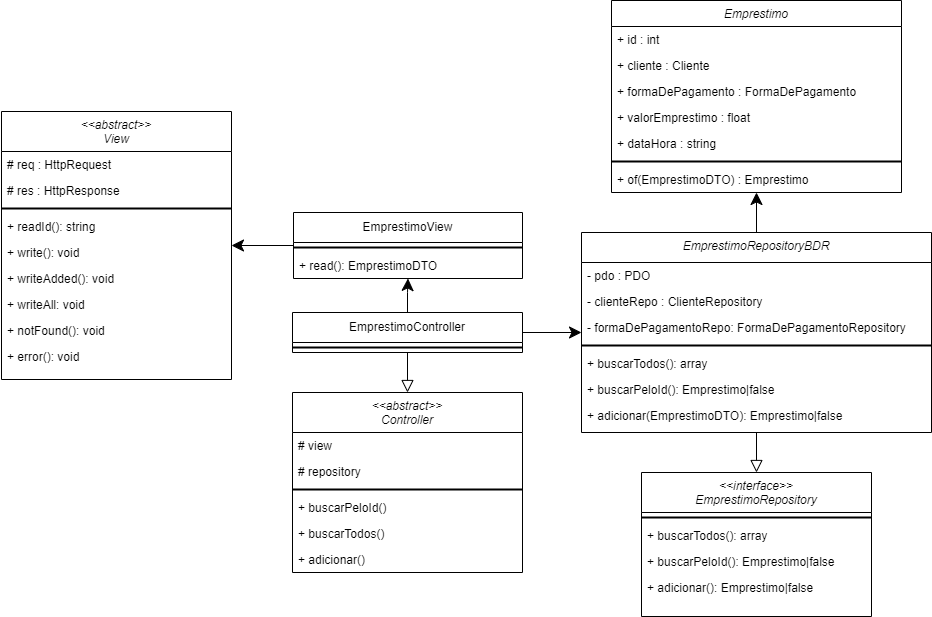
Earlier version of the draw.io export Diagramas/modelo_principal_funcionalidade.drawio.png (Raulzito311/AcmeSF). Source tidied: cells renumbered, new cells last; positions are measured from the earlier drawing's top-left corner, leaving out a move shared by most shapes.
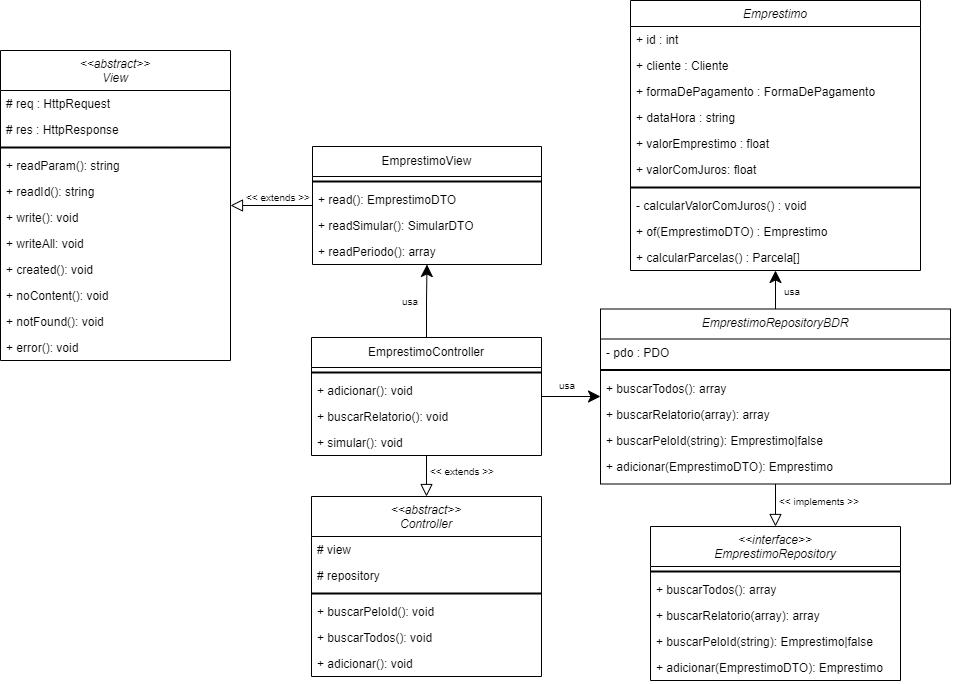
The same file after the commit.

What changed in the source:
```diff
@@ -3,7 +3,7 @@
     <mxCell id="0" />
     <mxCell id="1" parent="0" />
     <mxCell id="2" value="Emprestimo" style="swimlane;fontStyle=2;align=center;verticalAlign=top;horizontal=1;startSize=26;rounded=0;shadow=0;strokeWidth=1;" parent="1" vertex="1">
-      <mxGeometry x="610" width="290" height="192" as="geometry" />
+      <mxGeometry x="610" y="-64" width="290" height="270" as="geometry" />
     </mxCell>
     <mxCell id="3" value="+ id : int" style="text;align=left;verticalAlign=top;spacingLeft=4;spacingRight=4;overflow=hidden;" parent="2" vertex="1">
       <mxGeometry y="26" width="290" height="26" as="geometry" />
@@ -14,18 +14,27 @@
     <mxCell id="5" value="+ formaDePagamento : FormaDePagamento" style="text;align=left;verticalAlign=top;spacingLeft=4;spacingRight=4;overflow=hidden;rounded=0;shadow=0;html=0;" parent="2" vertex="1">
       <mxGeometry y="78" width="290" height="26" as="geometry" />
     </mxCell>
+    <mxCell id="7" value="+ dataHora : string" style="text;align=left;verticalAlign=top;spacingLeft=4;spacingRight=4;overflow=hidden;" parent="2" vertex="1">
+      <mxGeometry y="104" width="290" height="26" as="geometry" />
+    </mxCell>
     <mxCell id="6" value="+ valorEmprestimo : float&#10;" style="text;align=left;verticalAlign=top;spacingLeft=4;spacingRight=4;overflow=hidden;" parent="2" vertex="1">
-      <mxGeometry y="104" width="290" height="26" as="geometry" />
+      <mxGeometry y="130" width="290" height="26" as="geometry" />
     </mxCell>
-    <mxCell id="7" value="+ dataHora : string" style="text;align=left;verticalAlign=top;spacingLeft=4;spacingRight=4;overflow=hidden;" parent="2" vertex="1">
-      <mxGeometry y="130" width="290" height="26" as="geometry" />
-    </mxCell>
+    <mxCell id="51" value="+ valorComJuros: float&#10;" style="text;align=left;verticalAlign=top;spacingLeft=4;spacingRight=4;overflow=hidden;" parent="2" vertex="1">
+      <mxGeometry y="156" width="290" height="26" as="geometry" />
+    </mxCell>
     <mxCell id="8" style="line;strokeWidth=2;html=1;" parent="2" vertex="1">
-      <mxGeometry y="156" width="290" height="10" as="geometry" />
+      <mxGeometry y="182" width="290" height="10" as="geometry" />
     </mxCell>
+    <mxCell id="52" value="- calcularValorComJuros() : void" style="text;align=left;verticalAlign=top;spacingLeft=4;spacingRight=4;overflow=hidden;" parent="2" vertex="1">
+      <mxGeometry y="192" width="290" height="26" as="geometry" />
+    </mxCell>
     <mxCell id="9" value="+ of(EmprestimoDTO) : Emprestimo" style="text;align=left;verticalAlign=top;spacingLeft=4;spacingRight=4;overflow=hidden;" parent="2" vertex="1">
-      <mxGeometry y="166" width="290" height="26" as="geometry" />
+      <mxGeometry y="218" width="290" height="26" as="geometry" />
     </mxCell>
+    <mxCell id="53" value="+ calcularParcelas() : Parcela[]" style="text;align=left;verticalAlign=top;spacingLeft=4;spacingRight=4;overflow=hidden;" parent="2" vertex="1">
+      <mxGeometry y="244" width="290" height="26" as="geometry" />
+    </mxCell>
     <mxCell id="10" style="edgeStyle=orthogonalEdgeStyle;rounded=0;jettySize=auto;html=1;endArrow=block;endFill=0;endSize=10;" parent="1" edge="1" source="12" target="14">
       <mxGeometry relative="1" as="geometry" />
     </mxCell>
@@ -33,13 +42,22 @@
       <mxGeometry relative="1" as="geometry" />
     </mxCell>
     <mxCell id="12" value="EmprestimoController" style="swimlane;fontStyle=0;horizontal=1;startSize=30;whiteSpace=wrap;html=1;" parent="1" vertex="1">
-      <mxGeometry x="291" y="312" width="230" height="40" as="geometry" />
+      <mxGeometry x="291" y="273" width="230" height="118" as="geometry" />
     </mxCell>
     <mxCell id="13" style="line;strokeWidth=2;html=1;" parent="12" vertex="1">
       <mxGeometry y="30" width="230" height="10" as="geometry" />
     </mxCell>
+    <mxCell id="54" value="+ adicionar(): void" style="text;align=left;verticalAlign=top;spacingLeft=4;spacingRight=4;overflow=hidden;" parent="12" vertex="1">
+      <mxGeometry y="40" width="230" height="26" as="geometry" />
+    </mxCell>
+    <mxCell id="55" value="+ buscarRelatorio(): void" style="text;align=left;verticalAlign=top;spacingLeft=4;spacingRight=4;overflow=hidden;" parent="12" vertex="1">
+      <mxGeometry y="66" width="230" height="26" as="geometry" />
+    </mxCell>
+    <mxCell id="56" value="+ simular(): void" style="text;align=left;verticalAlign=top;spacingLeft=4;spacingRight=4;overflow=hidden;" parent="12" vertex="1">
+      <mxGeometry y="92" width="230" height="26" as="geometry" />
+    </mxCell>
     <mxCell id="14" value="&lt;&lt;abstract&gt;&gt;&#10;Controller" style="swimlane;fontStyle=2;align=center;verticalAlign=top;horizontal=1;startSize=40;rounded=0;shadow=0;strokeWidth=1;" parent="1" vertex="1">
-      <mxGeometry x="291" y="392" width="230" height="180" as="geometry" />
+      <mxGeometry x="291" y="432" width="230" height="180" as="geometry" />
     </mxCell>
     <mxCell id="15" value="# view" style="text;align=left;verticalAlign=top;spacingLeft=4;spacingRight=4;overflow=hidden;" parent="14" vertex="1">
       <mxGeometry y="40" width="230" height="26" as="geometry" />
@@ -50,17 +68,17 @@
     <mxCell id="17" style="line;strokeWidth=2;html=1;" parent="14" vertex="1">
       <mxGeometry y="92" width="230" height="10" as="geometry" />
     </mxCell>
-    <mxCell id="18" value="+ buscarPeloId() " style="text;align=left;verticalAlign=top;spacingLeft=4;spacingRight=4;overflow=hidden;" parent="14" vertex="1">
+    <mxCell id="18" value="+ buscarPeloId(): void" style="text;align=left;verticalAlign=top;spacingLeft=4;spacingRight=4;overflow=hidden;" parent="14" vertex="1">
       <mxGeometry y="102" width="230" height="26" as="geometry" />
     </mxCell>
-    <mxCell id="19" value="+ buscarTodos()" style="text;align=left;verticalAlign=top;spacingLeft=4;spacingRight=4;overflow=hidden;" parent="14" vertex="1">
+    <mxCell id="19" value="+ buscarTodos(): void" style="text;align=left;verticalAlign=top;spacingLeft=4;spacingRight=4;overflow=hidden;" parent="14" vertex="1">
       <mxGeometry y="128" width="230" height="26" as="geometry" />
     </mxCell>
-    <mxCell id="20" value="+ adicionar()" style="text;align=left;verticalAlign=top;spacingLeft=4;spacingRight=4;overflow=hidden;" parent="14" vertex="1">
+    <mxCell id="20" value="+ adicionar(): void" style="text;align=left;verticalAlign=top;spacingLeft=4;spacingRight=4;overflow=hidden;" parent="14" vertex="1">
       <mxGeometry y="154" width="230" height="26" as="geometry" />
     </mxCell>
     <mxCell id="21" value="&lt;&lt;abstract&gt;&gt;&#10;View" style="swimlane;fontStyle=2;align=center;verticalAlign=top;horizontal=1;startSize=40;rounded=0;shadow=0;strokeWidth=1;" parent="1" vertex="1">
-      <mxGeometry y="111" width="230" height="268" as="geometry" />
+      <mxGeometry x="-20" y="-14" width="230" height="310" as="geometry" />
     </mxCell>
     <mxCell id="22" value="# req : HttpRequest" style="text;align=left;verticalAlign=top;spacingLeft=4;spacingRight=4;overflow=hidden;" parent="21" vertex="1">
       <mxGeometry y="40" width="230" height="26" as="geometry" />
@@ -71,26 +89,32 @@
     <mxCell id="24" style="line;strokeWidth=2;html=1;" parent="21" vertex="1">
       <mxGeometry y="92" width="230" height="10" as="geometry" />
     </mxCell>
-    <mxCell id="25" value="+ readId(): string" style="text;align=left;verticalAlign=top;spacingLeft=4;spacingRight=4;overflow=hidden;" parent="21" vertex="1">
+    <mxCell id="25" value="+ readParam(): string" style="text;align=left;verticalAlign=top;spacingLeft=4;spacingRight=4;overflow=hidden;" parent="21" vertex="1">
       <mxGeometry y="102" width="230" height="26" as="geometry" />
     </mxCell>
+    <mxCell id="57" value="+ readId(): string" style="text;align=left;verticalAlign=top;spacingLeft=4;spacingRight=4;overflow=hidden;" parent="21" vertex="1">
+      <mxGeometry y="128" width="230" height="26" as="geometry" />
+    </mxCell>
     <mxCell id="26" value="+ write(): void " style="text;align=left;verticalAlign=top;spacingLeft=4;spacingRight=4;overflow=hidden;" parent="21" vertex="1">
-      <mxGeometry y="128" width="230" height="26" as="geometry" />
+      <mxGeometry y="154" width="230" height="26" as="geometry" />
     </mxCell>
+    <mxCell id="28" value="+ writeAll: void" style="text;align=left;verticalAlign=top;spacingLeft=4;spacingRight=4;overflow=hidden;" parent="21" vertex="1">
+      <mxGeometry y="180" width="230" height="26" as="geometry" />
+    </mxCell>
-    <mxCell id="27" value="+ writeAdded(): void" style="text;align=left;verticalAlign=top;spacingLeft=4;spacingRight=4;overflow=hidden;" parent="21" vertex="1">
-      <mxGeometry y="154" width="230" height="26" as="geometry" />
+    <mxCell id="27" value="+ created(): void" style="text;align=left;verticalAlign=top;spacingLeft=4;spacingRight=4;overflow=hidden;" parent="21" vertex="1">
+      <mxGeometry y="206" width="230" height="26" as="geometry" />
     </mxCell>
-    <mxCell id="28" value="+ writeAll: void" style="text;align=left;verticalAlign=top;spacingLeft=4;spacingRight=4;overflow=hidden;" parent="21" vertex="1">
-      <mxGeometry y="180" width="230" height="26" as="geometry" />
-    </mxCell>
+    <mxCell id="58" value="+ noContent(): void" style="text;align=left;verticalAlign=top;spacingLeft=4;spacingRight=4;overflow=hidden;" parent="21" vertex="1">
+      <mxGeometry y="232" width="230" height="26" as="geometry" />
+    </mxCell>
     <mxCell id="29" value="+ notFound(): void" style="text;align=left;verticalAlign=top;spacingLeft=4;spacingRight=4;overflow=hidden;" parent="21" vertex="1">
-      <mxGeometry y="206" width="230" height="26" as="geometry" />
+      <mxGeometry y="258" width="230" height="26" as="geometry" />
     </mxCell>
     <mxCell id="30" value="+ error(): void" style="text;align=left;verticalAlign=top;spacingLeft=4;spacingRight=4;overflow=hidden;" parent="21" vertex="1">
-      <mxGeometry y="232" width="230" height="26" as="geometry" />
+      <mxGeometry y="284" width="230" height="26" as="geometry" />
     </mxCell>
     <mxCell id="31" value="EmprestimoView" style="swimlane;fontStyle=0;horizontal=1;startSize=30;whiteSpace=wrap;html=1;" parent="1" vertex="1">
-      <mxGeometry x="292" y="212" width="229" height="66" as="geometry" />
+      <mxGeometry x="292" y="82" width="229" height="118" as="geometry" />
     </mxCell>
     <mxCell id="32" style="line;strokeWidth=2;html=1;" parent="31" vertex="1">
       <mxGeometry y="30" width="229" height="10" as="geometry" />
@@ -98,45 +122,51 @@
     <mxCell id="33" value="+ read(): EmprestimoDTO" style="text;align=left;verticalAlign=top;spacingLeft=4;spacingRight=4;overflow=hidden;" parent="31" vertex="1">
       <mxGeometry y="40" width="229" height="26" as="geometry" />
     </mxCell>
+    <mxCell id="59" value="+ readSimular(): SimularDTO" style="text;align=left;verticalAlign=top;spacingLeft=4;spacingRight=4;overflow=hidden;" parent="31" vertex="1">
+      <mxGeometry y="66" width="229" height="26" as="geometry" />
+    </mxCell>
+    <mxCell id="60" value="+ readPeriodo(): array" style="text;align=left;verticalAlign=top;spacingLeft=4;spacingRight=4;overflow=hidden;" parent="31" vertex="1">
+      <mxGeometry y="92" width="229" height="26" as="geometry" />
+    </mxCell>
     <mxCell id="34" value="&lt;&lt;interface&gt;&gt;&#10;EmprestimoRepository" style="swimlane;fontStyle=2;align=center;verticalAlign=top;horizontal=1;startSize=40;rounded=0;shadow=0;strokeWidth=1;" parent="1" vertex="1">
-      <mxGeometry x="640" y="472" width="230" height="144" as="geometry" />
+      <mxGeometry x="630" y="462" width="250" height="154" as="geometry" />
     </mxCell>
     <mxCell id="35" style="line;strokeWidth=2;html=1;" parent="34" vertex="1">
-      <mxGeometry y="40" width="230" height="10" as="geometry" />
+      <mxGeometry y="40" width="250" height="10" as="geometry" />
     </mxCell>
     <mxCell id="36" value="+ buscarTodos(): array" style="text;align=left;verticalAlign=top;spacingLeft=4;spacingRight=4;overflow=hidden;" parent="34" vertex="1">
-      <mxGeometry y="50" width="230" height="26" as="geometry" />
+      <mxGeometry y="50" width="250" height="26" as="geometry" />
     </mxCell>
+    <mxCell id="61" value="+ buscarRelatorio(array): array" style="text;align=left;verticalAlign=top;spacingLeft=4;spacingRight=4;overflow=hidden;" parent="34" vertex="1">
+      <mxGeometry y="76" width="250" height="26" as="geometry" />
+    </mxCell>
-    <mxCell id="37" value="+ buscarPeloId(): Emprestimo|false" style="text;align=left;verticalAlign=top;spacingLeft=4;spacingRight=4;overflow=hidden;" parent="34" vertex="1">
-      <mxGeometry y="76" width="230" height="26" as="geometry" />
+    <mxCell id="37" value="+ buscarPeloId(string): Emprestimo|false" style="text;align=left;verticalAlign=top;spacingLeft=4;spacingRight=4;overflow=hidden;" parent="34" vertex="1">
+      <mxGeometry y="102" width="250" height="26" as="geometry" />
     </mxCell>
-    <mxCell id="38" value="+ adicionar(): Emprestimo|false" style="text;align=left;verticalAlign=top;spacingLeft=4;spacingRight=4;overflow=hidden;" parent="34" vertex="1">
-      <mxGeometry y="102" width="230" height="26" as="geometry" />
+    <mxCell id="38" value="+ adicionar(EmprestimoDTO): Emprestimo" style="text;align=left;verticalAlign=top;spacingLeft=4;spacingRight=4;overflow=hidden;" parent="34" vertex="1">
+      <mxGeometry y="128" width="250" height="26" as="geometry" />
     </mxCell>
     <mxCell id="39" value="EmprestimoRepositoryBDR" style="swimlane;fontStyle=2;align=center;verticalAlign=top;horizontal=1;startSize=30;rounded=0;shadow=0;strokeWidth=1;" parent="1" vertex="1">
-      <mxGeometry x="580" y="232" width="350" height="200" as="geometry" />
+      <mxGeometry x="580" y="244.5" width="350" height="175" as="geometry" />
     </mxCell>
     <mxCell id="40" value="- pdo : PDO" style="text;align=left;verticalAlign=top;spacingLeft=4;spacingRight=4;overflow=hidden;" parent="39" vertex="1">
       <mxGeometry y="30" width="350" height="26" as="geometry" />
     </mxCell>
-    <mxCell id="41" value="- clienteRepo : ClienteRepository" style="text;align=left;verticalAlign=top;spacingLeft=4;spacingRight=4;overflow=hidden;rounded=0;shadow=0;html=0;" parent="39" vertex="1">
-      <mxGeometry y="56" width="350" height="26" as="geometry" />
-    </mxCell>
-    <mxCell id="42" value="- formaDePagamentoRepo: FormaDePagamentoRepository" style="text;align=left;verticalAlign=top;spacingLeft=4;spacingRight=4;overflow=hidden;rounded=0;shadow=0;html=0;" parent="39" vertex="1">
-      <mxGeometry y="82" width="350" height="26" as="geometry" />
-    </mxCell>
     <mxCell id="43" style="line;strokeWidth=2;html=1;" parent="39" vertex="1">
-      <mxGeometry y="108" width="350" height="10" as="geometry" />
+      <mxGeometry y="56" width="350" height="10" as="geometry" />
     </mxCell>
-    <mxCell id="44" value="+ buscarTodos(): array" style="text;align=left;verticalAlign=top;spacingLeft=4;spacingRight=4;overflow=hidden;" parent="39" vertex="1">
-      <mxGeometry y="118" width="350" height="26" as="geometry" />
+    <mxCell id="44" value="+ buscarTodos(): array" style="text;align=left;verticalAlign=top;spacingLeft=4;spacingRight=4;overflow=hidden;" parent="39" vertex="1">
+      <mxGeometry y="66" width="350" height="26" as="geometry" />
     </mxCell>
-    <mxCell id="45" value="+ buscarPeloId(): Emprestimo|false" style="text;align=left;verticalAlign=top;spacingLeft=4;spacingRight=4;overflow=hidden;" parent="39" vertex="1">
-      <mxGeometry y="144" width="350" height="26" as="geometry" />
-    </mxCell>
-    <mxCell id="46" value="+ adicionar(EmprestimoDTO): Emprestimo|false" style="text;align=left;verticalAlign=top;spacingLeft=4;spacingRight=4;overflow=hidden;" parent="39" vertex="1">
-      <mxGeometry y="170" width="350" height="26" as="geometry" />
-    </mxCell>
+    <mxCell id="62" value="+ buscarRelatorio(array): array" style="text;align=left;verticalAlign=top;spacingLeft=4;spacingRight=4;overflow=hidden;" parent="39" vertex="1">
+      <mxGeometry y="92" width="350" height="26" as="geometry" />
+    </mxCell>
+    <mxCell id="63" value="+ buscarPeloId(string): Emprestimo|false" style="text;align=left;verticalAlign=top;spacingLeft=4;spacingRight=4;overflow=hidden;" parent="39" vertex="1">
+      <mxGeometry y="118" width="350" height="26" as="geometry" />
+    </mxCell>
+    <mxCell id="64" value="+ adicionar(EmprestimoDTO): Emprestimo" style="text;align=left;verticalAlign=top;spacingLeft=4;spacingRight=4;overflow=hidden;" parent="39" vertex="1">
+      <mxGeometry y="144" width="350" height="26" as="geometry" />
+    </mxCell>
     <mxCell id="47" style="endArrow=classic;html=1;rounded=0;endFill=1;startSize=20;sourcePerimeterSpacing=20;endSize=10;exitX=1;exitY=0.5;exitDx=0;exitDy=0;" parent="1" edge="1" source="12" target="39">
       <mxGeometry relative="1" as="geometry" />
     </mxCell>
@@ -146,8 +176,26 @@
     <mxCell id="49" style="endArrow=block;html=1;rounded=0;endFill=0;startSize=20;sourcePerimeterSpacing=20;endSize=10;exitX=0.5;exitY=1;exitDx=0;exitDy=0;entryX=0.5;entryY=0;entryDx=0;entryDy=0;" parent="1" edge="1" source="39" target="34">
       <mxGeometry relative="1" as="geometry" />
     </mxCell>
-    <mxCell id="50" style="edgeStyle=orthogonalEdgeStyle;rounded=0;jettySize=auto;html=1;endSize=10;" parent="1" edge="1" source="31" target="21">
+    <mxCell id="50" style="rounded=0;jettySize=auto;html=1;endSize=10;endArrow=block;endFill=0;" parent="1" edge="1" source="31" target="21">
       <mxGeometry relative="1" as="geometry" />
     </mxCell>
+    <mxCell id="65" value="&amp;lt;&amp;lt; implements &amp;gt;&amp;gt;" style="text;html=1;align=center;verticalAlign=middle;whiteSpace=wrap;rounded=0;fillColor=none;fontSize=10;" parent="1" vertex="1">
+      <mxGeometry x="744" y="422" width="110" height="30" as="geometry" />
+    </mxCell>
+    <mxCell id="66" value="&amp;lt;&amp;lt; extends &amp;gt;&amp;gt;" style="text;html=1;align=center;verticalAlign=middle;whiteSpace=wrap;rounded=0;fillColor=none;fontSize=10;" parent="1" vertex="1">
+      <mxGeometry x="203" y="118" width="110" height="30" as="geometry" />
+    </mxCell>
+    <mxCell id="67" value="&amp;lt;&amp;lt; extends &amp;gt;&amp;gt;" style="text;html=1;align=center;verticalAlign=middle;whiteSpace=wrap;rounded=0;fillColor=none;fontSize=10;" parent="1" vertex="1">
+      <mxGeometry x="387" y="392" width="110" height="30" as="geometry" />
+    </mxCell>
+    <mxCell id="68" value="usa" style="text;html=1;align=center;verticalAlign=middle;whiteSpace=wrap;rounded=0;fillColor=none;fontSize=10;" parent="1" vertex="1">
+      <mxGeometry x="370" y="222" width="40" height="30" as="geometry" />
+    </mxCell>
+    <mxCell id="69" value="usa" style="text;html=1;align=center;verticalAlign=middle;whiteSpace=wrap;rounded=0;fillColor=none;fontSize=10;" parent="1" vertex="1">
+      <mxGeometry x="527" y="306" width="40" height="30" as="geometry" />
+    </mxCell>
+    <mxCell id="70" value="usa" style="text;html=1;align=center;verticalAlign=middle;whiteSpace=wrap;rounded=0;fillColor=none;fontSize=10;" parent="1" vertex="1">
+      <mxGeometry x="752" y="212" width="40" height="30" as="geometry" />
+    </mxCell>
   </root>
 </mxGraphModel>
```
